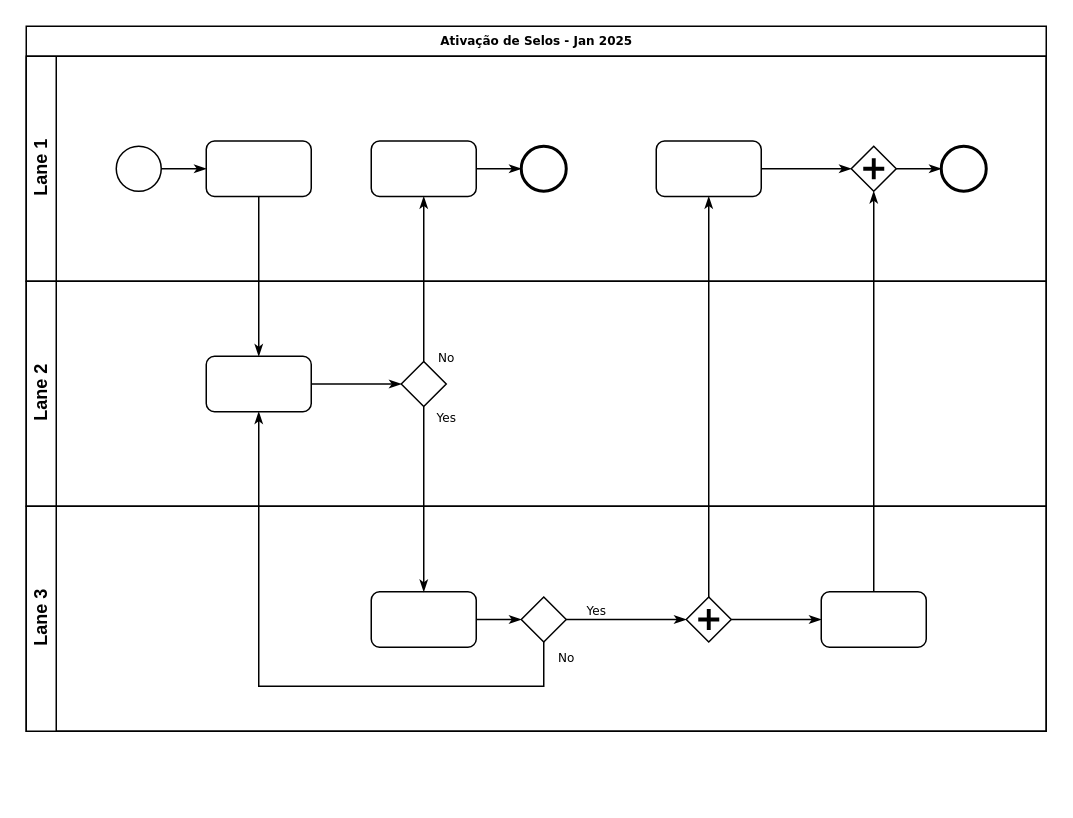
pharos2018/pharos keeps this draw.io diagram as Ativação do Selo.drawio. Above is the earlier version. Source tidied: cells renumbered, new cells numbered last; positions are measured from the earlier drawing's top-left corner, leaving out a move shared by most shapes. Both pictures are drawn from the tidied source at 150%, with x=0, y=0 at pixel (26, 26).
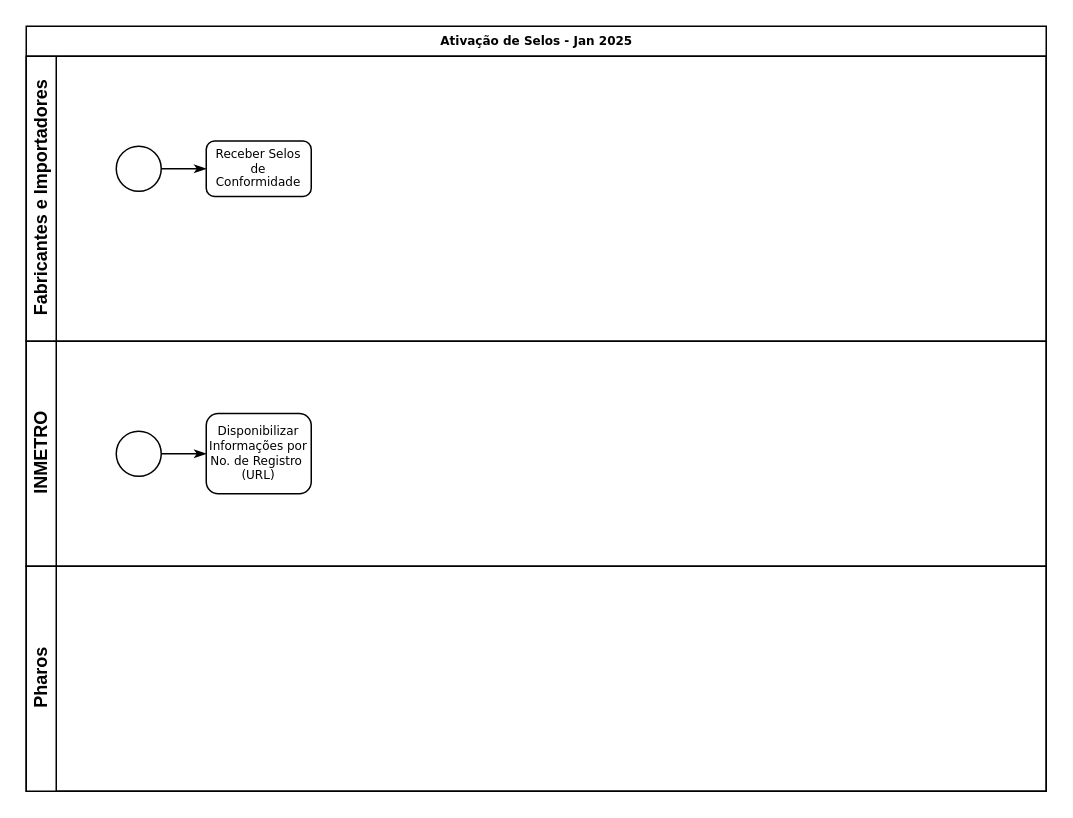
The same page after the edit.

The edit, as a diff of the source:
```diff
@@
     <mxCell id="2" value="Ativação de Selos - Jan 2025" style="swimlane;html=1;horizontal=1;startSize=20;rounded=0;shadow=0;labelBackgroundColor=none;strokeWidth=1;fontFamily=Verdana;fontSize=8;align=center;" parent="1" vertex="1">
-      <mxGeometry width="680" height="470" as="geometry" />
+      <mxGeometry width="680" height="510" as="geometry" />
     </mxCell>
-    <mxCell id="3" value="Lane 1" style="swimlane;html=1;startSize=20;horizontal=0;" parent="2" vertex="1">
-      <mxGeometry y="20" width="680" height="150" as="geometry" />
+    <mxCell id="3" value="Fabricantes e Importadores" style="swimlane;html=1;startSize=20;horizontal=0;" parent="2" vertex="1">
+      <mxGeometry y="20" width="680" height="190" as="geometry" />
     </mxCell>
@@
-    <mxCell id="6" style="rounded=1;whiteSpace=wrap;html=1;shadow=0;labelBackgroundColor=none;strokeWidth=1;fontFamily=Verdana;fontSize=8;align=center;" parent="3" vertex="1">
+    <mxCell id="6" value="Receber Selos de Conformidade" style="rounded=1;whiteSpace=wrap;html=1;shadow=0;labelBackgroundColor=none;strokeWidth=1;fontFamily=Verdana;fontSize=8;align=center;" parent="3" vertex="1">
       <mxGeometry x="120" y="56.5" width="70" height="37" as="geometry" />
     </mxCell>
-    <mxCell id="7" style="edgeStyle=orthogonalEdgeStyle;rounded=0;html=1;labelBackgroundColor=none;startArrow=none;startFill=0;startSize=5;endArrow=classicThin;endFill=1;endSize=5;jettySize=auto;strokeWidth=1;fontFamily=Verdana;fontSize=8;" parent="3" edge="1" source="8" target="9">
-      <mxGeometry relative="1" as="geometry" />
-    </mxCell>
-    <mxCell id="8" style="rounded=1;whiteSpace=wrap;html=1;shadow=0;labelBackgroundColor=none;strokeWidth=1;fontFamily=Verdana;fontSize=8;align=center;" parent="3" vertex="1">
-      <mxGeometry x="230" y="56.5" width="70" height="37" as="geometry" />
-    </mxCell>
-    <mxCell id="9" style="ellipse;whiteSpace=wrap;html=1;rounded=0;shadow=0;labelBackgroundColor=none;strokeWidth=2;fontFamily=Verdana;fontSize=8;align=center;" parent="3" vertex="1">
-      <mxGeometry x="330" y="60" width="30" height="30" as="geometry" />
-    </mxCell>
-    <mxCell id="10" style="edgeStyle=orthogonalEdgeStyle;rounded=0;html=1;entryX=0;entryY=0.5;labelBackgroundColor=none;startArrow=none;startFill=0;startSize=5;endArrow=classicThin;endFill=1;endSize=5;jettySize=auto;strokeWidth=1;fontFamily=Verdana;fontSize=8;" parent="3" edge="1" source="11" target="13">
-      <mxGeometry relative="1" as="geometry" />
-    </mxCell>
-    <mxCell id="11" style="rounded=1;whiteSpace=wrap;html=1;shadow=0;labelBackgroundColor=none;strokeWidth=1;fontFamily=Verdana;fontSize=8;align=center;" parent="3" vertex="1">
-      <mxGeometry x="420" y="56.5" width="70" height="37" as="geometry" />
-    </mxCell>
-    <mxCell id="12" style="edgeStyle=orthogonalEdgeStyle;rounded=0;html=1;labelBackgroundColor=none;startArrow=none;startFill=0;startSize=5;endArrow=classicThin;endFill=1;endSize=5;jettySize=auto;strokeWidth=1;fontFamily=Verdana;fontSize=8;" parent="3" edge="1" source="13" target="14">
-      <mxGeometry relative="1" as="geometry" />
-    </mxCell>
-    <mxCell id="13" style="shape=mxgraph.bpmn.shape;html=1;verticalLabelPosition=bottom;labelBackgroundColor=#ffffff;verticalAlign=top;perimeter=rhombusPerimeter;background=gateway;outline=none;symbol=parallelGw;rounded=1;shadow=0;strokeWidth=1;fontFamily=Verdana;fontSize=8;align=center;" parent="3" vertex="1">
-      <mxGeometry x="550" y="60" width="30" height="30" as="geometry" />
-    </mxCell>
-    <mxCell id="14" style="ellipse;whiteSpace=wrap;html=1;rounded=0;shadow=0;labelBackgroundColor=none;strokeWidth=2;fontFamily=Verdana;fontSize=8;align=center;" parent="3" vertex="1">
-      <mxGeometry x="610" y="60" width="30" height="30" as="geometry" />
-    </mxCell>
-    <mxCell id="15" value="Lane 2" style="swimlane;html=1;startSize=20;horizontal=0;" parent="2" vertex="1">
-      <mxGeometry y="170" width="680" height="150" as="geometry" />
+    <mxCell id="15" value="INMETRO" style="swimlane;html=1;startSize=20;horizontal=0;" parent="2" vertex="1">
+      <mxGeometry y="210" width="680" height="150" as="geometry" />
     </mxCell>
-    <mxCell id="16" style="edgeStyle=orthogonalEdgeStyle;rounded=0;html=1;labelBackgroundColor=none;startArrow=none;startFill=0;startSize=5;endArrow=classicThin;endFill=1;endSize=5;jettySize=auto;strokeWidth=1;fontFamily=Verdana;fontSize=8;" parent="15" edge="1" source="17" target="18">
-      <mxGeometry relative="1" as="geometry" />
-    </mxCell>
-    <mxCell id="17" style="rounded=1;whiteSpace=wrap;html=1;shadow=0;labelBackgroundColor=none;strokeWidth=1;fontFamily=Verdana;fontSize=8;align=center;" parent="15" vertex="1">
-      <mxGeometry x="120" y="50" width="70" height="37" as="geometry" />
-    </mxCell>
-    <mxCell id="18" style="strokeWidth=1;html=1;shape=mxgraph.flowchart.decision;whiteSpace=wrap;rounded=1;shadow=0;labelBackgroundColor=none;fontFamily=Verdana;fontSize=8;align=center;" parent="15" vertex="1">
-      <mxGeometry x="250" y="53.5" width="30" height="30" as="geometry" />
-    </mxCell>
+    <mxCell id="33" style="edgeStyle=orthogonalEdgeStyle;rounded=0;html=1;labelBackgroundColor=none;startArrow=none;startFill=0;startSize=5;endArrow=classicThin;endFill=1;endSize=5;jettySize=auto;strokeWidth=1;fontFamily=Verdana;fontSize=8;" parent="15" edge="1" source="34" target="35">
+      <mxGeometry relative="1" as="geometry" />
+    </mxCell>
+    <mxCell id="34" style="ellipse;whiteSpace=wrap;html=1;rounded=0;shadow=0;labelBackgroundColor=none;strokeWidth=1;fontFamily=Verdana;fontSize=8;align=center;" parent="15" vertex="1">
+      <mxGeometry x="60" y="60" width="30" height="30" as="geometry" />
+    </mxCell>
+    <mxCell id="35" value="Disponibilizar Informações por No. de Registro&amp;nbsp;&lt;div&gt;(URL)&lt;/div&gt;" style="rounded=1;whiteSpace=wrap;html=1;shadow=0;labelBackgroundColor=none;strokeWidth=1;fontFamily=Verdana;fontSize=8;align=center;" parent="15" vertex="1">
+      <mxGeometry x="120" y="48.2" width="70" height="53.5" as="geometry" />
+    </mxCell>
-    <mxCell id="19" value="Lane 3" style="swimlane;html=1;startSize=20;horizontal=0;" parent="2" vertex="1">
-      <mxGeometry y="320" width="680" height="150" as="geometry" />
+    <mxCell id="19" value="Pharos" style="swimlane;html=1;startSize=20;horizontal=0;" parent="2" vertex="1">
+      <mxGeometry y="360" width="680" height="150" as="geometry" />
     </mxCell>
-    <mxCell id="20" style="edgeStyle=orthogonalEdgeStyle;rounded=0;html=1;labelBackgroundColor=none;startArrow=none;startFill=0;startSize=5;endArrow=classicThin;endFill=1;endSize=5;jettySize=auto;strokeWidth=1;fontFamily=Verdana;fontSize=8;" parent="19" edge="1" source="21" target="23">
-      <mxGeometry relative="1" as="geometry" />
-    </mxCell>
-    <mxCell id="21" style="rounded=1;whiteSpace=wrap;html=1;shadow=0;labelBackgroundColor=none;strokeWidth=1;fontFamily=Verdana;fontSize=8;align=center;" parent="19" vertex="1">
-      <mxGeometry x="230" y="57" width="70" height="37" as="geometry" />
-    </mxCell>
-    <mxCell id="22" value="Yes" style="edgeStyle=orthogonalEdgeStyle;rounded=0;html=1;entryX=0;entryY=0.5;labelBackgroundColor=none;startArrow=none;startFill=0;startSize=5;endArrow=classicThin;endFill=1;endSize=5;jettySize=auto;strokeWidth=1;fontFamily=Verdana;fontSize=8;" parent="19" edge="1" source="23" target="25">
-      <mxGeometry x="-0.5" y="6" relative="1" as="geometry" />
-    </mxCell>
-    <mxCell id="23" style="strokeWidth=1;html=1;shape=mxgraph.flowchart.decision;whiteSpace=wrap;rounded=1;shadow=0;labelBackgroundColor=none;fontFamily=Verdana;fontSize=8;align=center;" parent="19" vertex="1">
-      <mxGeometry x="330" y="60.5" width="30" height="30" as="geometry" />
-    </mxCell>
-    <mxCell id="24" style="edgeStyle=orthogonalEdgeStyle;rounded=0;html=1;labelBackgroundColor=none;startArrow=none;startFill=0;startSize=5;endArrow=classicThin;endFill=1;endSize=5;jettySize=auto;strokeColor=#000000;strokeWidth=1;fontFamily=Verdana;fontSize=8;fontColor=#000000;" parent="19" edge="1" source="25" target="26">
-      <mxGeometry relative="1" as="geometry" />
-    </mxCell>
-    <mxCell id="25" style="shape=mxgraph.bpmn.shape;html=1;verticalLabelPosition=bottom;labelBackgroundColor=#ffffff;verticalAlign=top;perimeter=rhombusPerimeter;background=gateway;outline=none;symbol=parallelGw;rounded=1;shadow=0;strokeWidth=1;fontFamily=Verdana;fontSize=8;align=center;" parent="19" vertex="1">
-      <mxGeometry x="440" y="60.5" width="30" height="30" as="geometry" />
-    </mxCell>
-    <mxCell id="26" style="rounded=1;whiteSpace=wrap;html=1;shadow=0;labelBackgroundColor=none;strokeWidth=1;fontFamily=Verdana;fontSize=8;align=center;" parent="19" vertex="1">
-      <mxGeometry x="530" y="57" width="70" height="37" as="geometry" />
-    </mxCell>
-    <mxCell id="27" style="edgeStyle=orthogonalEdgeStyle;rounded=0;html=1;labelBackgroundColor=none;startArrow=none;startFill=0;startSize=5;endArrow=classicThin;endFill=1;endSize=5;jettySize=auto;strokeWidth=1;fontFamily=Verdana;fontSize=8;" parent="2" edge="1" source="6" target="17">
-      <mxGeometry relative="1" as="geometry" />
-    </mxCell>
-    <mxCell id="28" value="No" style="edgeStyle=orthogonalEdgeStyle;rounded=0;html=1;labelBackgroundColor=none;startArrow=none;startFill=0;startSize=5;endArrow=classicThin;endFill=1;endSize=5;jettySize=auto;strokeWidth=1;fontFamily=Verdana;fontSize=8;" parent="2" edge="1" source="18" target="8">
-      <mxGeometry x="-0.94" y="-15" relative="1" as="geometry" />
-    </mxCell>
-    <mxCell id="29" value="Yes" style="edgeStyle=orthogonalEdgeStyle;rounded=0;html=1;labelBackgroundColor=none;startArrow=none;startFill=0;startSize=5;endArrow=classicThin;endFill=1;endSize=5;jettySize=auto;strokeWidth=1;fontFamily=Verdana;fontSize=8;" parent="2" edge="1" source="18" target="21">
-      <mxGeometry x="-0.89" y="15" relative="1" as="geometry" />
-    </mxCell>
-    <mxCell id="30" style="edgeStyle=orthogonalEdgeStyle;rounded=0;html=1;entryX=0.5;entryY=1;labelBackgroundColor=none;startArrow=none;startFill=0;startSize=5;endArrow=classicThin;endFill=1;endSize=5;jettySize=auto;strokeWidth=1;fontFamily=Verdana;fontSize=8;" parent="2" edge="1" source="26" target="13">
-      <mxGeometry relative="1" as="geometry" />
-    </mxCell>
-    <mxCell id="31" value="No" style="edgeStyle=orthogonalEdgeStyle;rounded=0;html=1;labelBackgroundColor=none;startArrow=none;startFill=0;startSize=5;endArrow=classicThin;endFill=1;endSize=5;jettySize=auto;strokeWidth=1;fontFamily=Verdana;fontSize=8;" parent="2" edge="1" source="23" target="17">
-      <mxGeometry x="-0.95" y="15" relative="1" as="geometry">
-        <Array as="points">
-          <mxPoint x="345" y="440" />
-          <mxPoint x="155" y="440" />
-        </Array>
-      </mxGeometry>
-    </mxCell>
-    <mxCell id="32" style="edgeStyle=orthogonalEdgeStyle;rounded=0;html=1;labelBackgroundColor=none;startArrow=none;startFill=0;startSize=5;endArrow=classicThin;endFill=1;endSize=5;jettySize=auto;strokeWidth=1;fontFamily=Verdana;fontSize=8;" parent="2" edge="1" source="25" target="11">
-      <mxGeometry relative="1" as="geometry" />
-    </mxCell>
```
